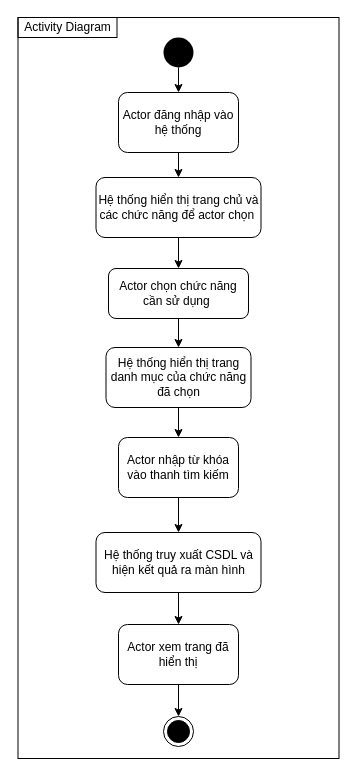
CNPM-Team-1/CNPM keeps this draw.io diagram as Thiết kế/Activity/Tìm Kiếm.drawio. Above is the earlier version. Source tidied: cells renumbered, new cells numbered last; positions are measured from the earlier drawing's top-left corner, leaving out a move shared by most shapes. Both pictures are drawn from the tidied source at 100%, with x=0, y=0 at pixel (17, 17).
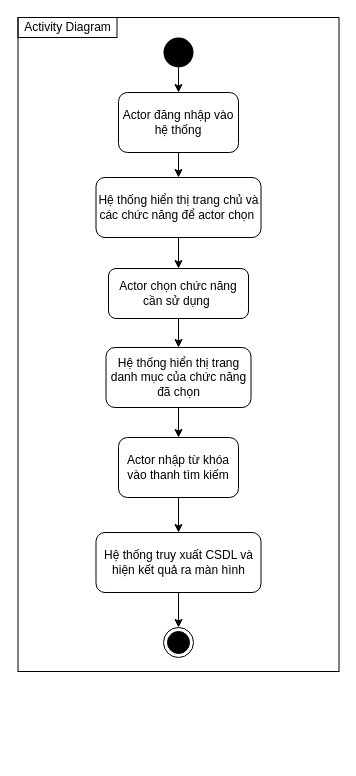
After the change.

Unchanged cells that the change refers to:
```xml
<mxCell id="10" value="Hệ thống truy xuất CSDL và hiện kết quả ra màn hình" style="rounded=1;whiteSpace=wrap;html=1;" parent="1" vertex="1">
  <mxGeometry x="78.5" y="515" width="165" height="60" as="geometry" />
</mxCell>
```

Change to the diagram source:
```diff
@@
     <mxCell id="2" style="rounded=0;whiteSpace=wrap;html=1;fillColor=none;" parent="1" vertex="1">
-      <mxGeometry x="0.5" width="321" height="741" as="geometry" />
+      <mxGeometry x="0.5" width="321" height="654" as="geometry" />
     </mxCell>
@@
     <mxCell id="4" style="ellipse;html=1;shape=endState;fillColor=#000000;strokeColor=#000000;" parent="1" vertex="1">
-      <mxGeometry x="146" y="699" width="30" height="30" as="geometry" />
+      <mxGeometry x="146" y="610" width="30" height="30" as="geometry" />
     </mxCell>
@@
-    <mxCell id="11" value="Actor xem trang đã hiển thị" style="rounded=1;whiteSpace=wrap;html=1;" parent="1" vertex="1">
-      <mxGeometry x="101" y="607" width="120" height="60" as="geometry" />
-    </mxCell>
@@
-    <mxCell id="18" style="endArrow=classic;html=1;entryX=0.5;entryY=0;entryDx=0;entryDy=0;exitX=0.5;exitY=1;exitDx=0;exitDy=0;" parent="1" edge="1" source="10" target="11">
+    <mxCell id="18" style="endArrow=classic;html=1;entryX=0.5;entryY=0;entryDx=0;entryDy=0;exitX=0.5;exitY=1;exitDx=0;exitDy=0;" parent="1" edge="1" source="10" target="4">
       <mxGeometry relative="1" as="geometry" />
     </mxCell>
-    <mxCell id="19" style="endArrow=classic;html=1;exitX=0.5;exitY=1;exitDx=0;exitDy=0;entryX=0.5;entryY=0;entryDx=0;entryDy=0;" parent="1" edge="1" source="11" target="4">
-      <mxGeometry relative="1" as="geometry" />
-    </mxCell>
```
